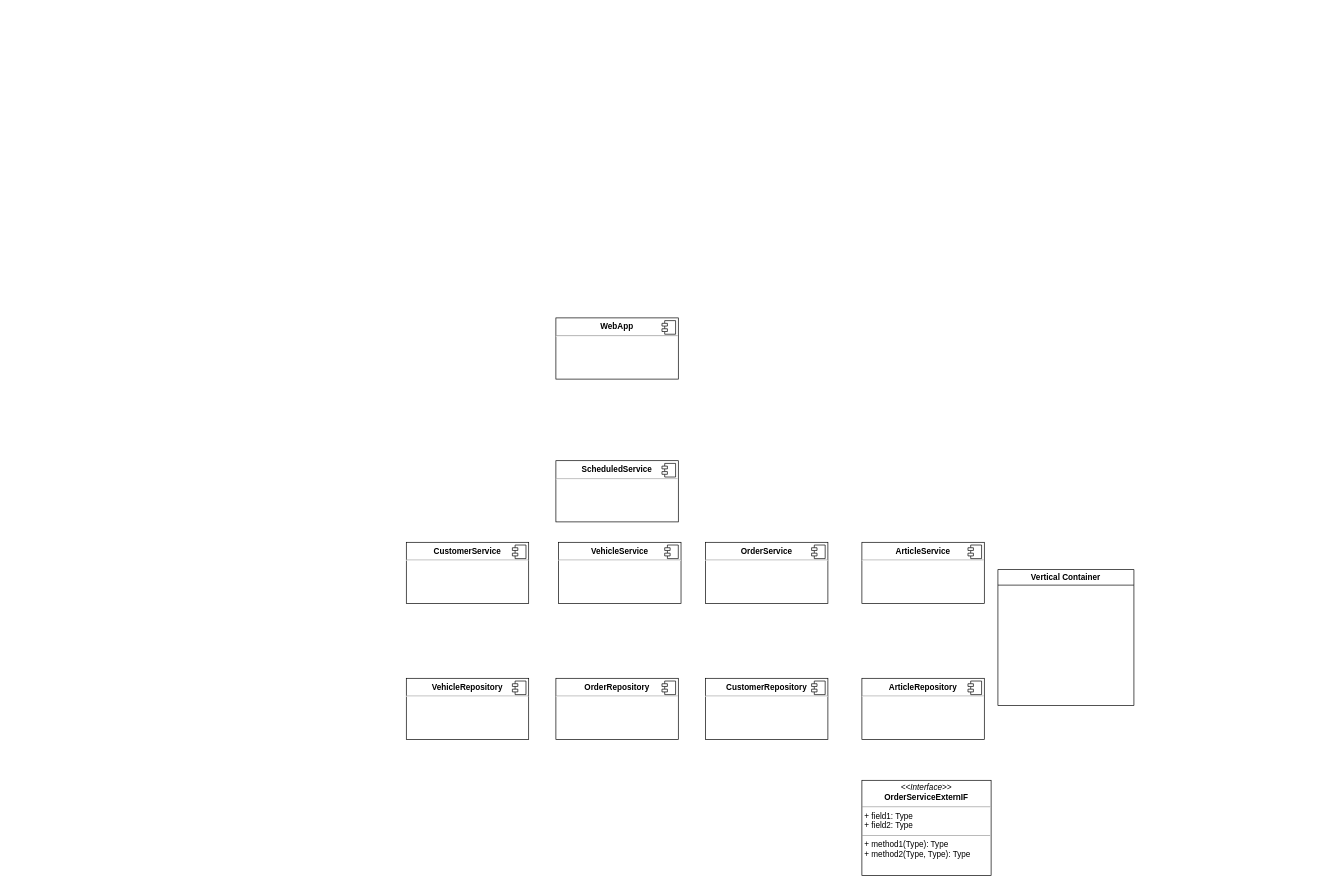
Earlier version of the draw.io diagram componentDiagram.drawio (MatthiasEberhardt/Softwareentwicklung). Source tidied: cells renumbered, new cells numbered last; positions are measured from the earlier drawing's top-left corner, leaving out a move shared by most shapes. Both pictures are drawn from the tidied source at 68%, with x=0, y=0 at pixel (406, 318).
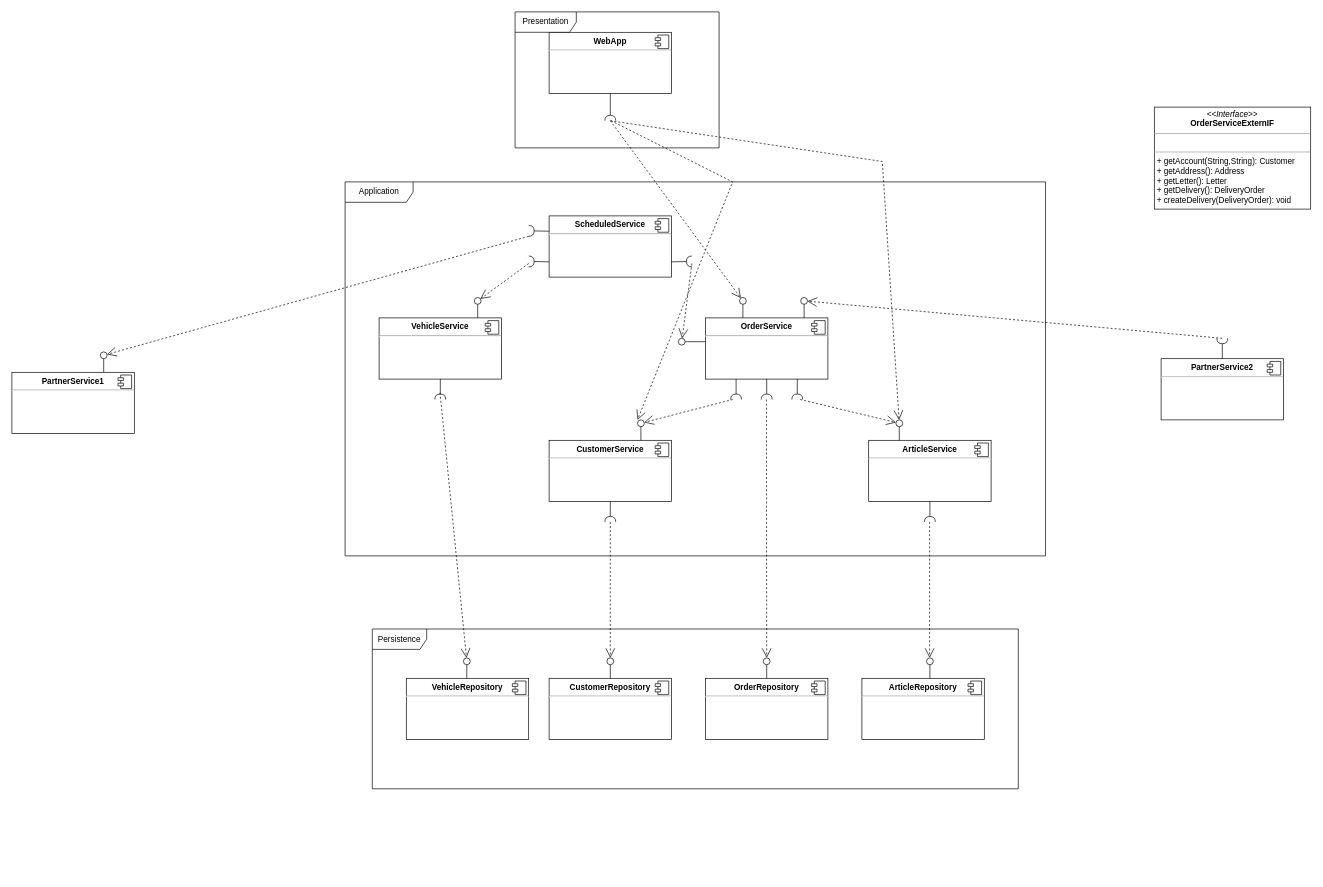
After the change.

The edit, as a diff of the source:
```diff
@@
     <mxCell id="2" value="&lt;p style=&quot;margin: 0px ; margin-top: 6px ; text-align: center&quot;&gt;&lt;b&gt;OrderService&lt;/b&gt;&lt;/p&gt;&lt;hr&gt;&lt;p style=&quot;margin: 0px ; margin-left: 8px&quot;&gt;&lt;br&gt;&lt;/p&gt;" style="align=left;overflow=fill;html=1;" parent="1" vertex="1">
-      <mxGeometry x="440" y="330" width="180" height="90" as="geometry" />
+      <mxGeometry x="440" width="180" height="90" as="geometry" />
     </mxCell>
@@
     <mxCell id="4" value="&lt;p style=&quot;margin: 0px ; margin-top: 6px ; text-align: center&quot;&gt;&lt;b&gt;WebApp&lt;/b&gt;&lt;/p&gt;&lt;hr&gt;&lt;p style=&quot;margin: 0px ; margin-left: 8px&quot;&gt;&lt;br&gt;&lt;/p&gt;" style="align=left;overflow=fill;html=1;" parent="1" vertex="1">
-      <mxGeometry x="220" width="180" height="90" as="geometry" />
+      <mxGeometry x="210" y="-420" width="180" height="90" as="geometry" />
     </mxCell>
@@
     <mxCell id="6" value="&lt;p style=&quot;margin: 0px ; margin-top: 6px ; text-align: center&quot;&gt;&lt;b&gt;OrderRepository&lt;/b&gt;&lt;/p&gt;&lt;hr&gt;&lt;p style=&quot;margin: 0px ; margin-left: 8px&quot;&gt;&lt;br&gt;&lt;/p&gt;" style="align=left;overflow=fill;html=1;" parent="1" vertex="1">
-      <mxGeometry x="220" y="530" width="180" height="90" as="geometry" />
+      <mxGeometry x="440" y="530" width="180" height="90" as="geometry" />
     </mxCell>
@@
     <mxCell id="8" value="&lt;p style=&quot;margin: 0px ; margin-top: 6px ; text-align: center&quot;&gt;&lt;b&gt;CustomerService&lt;/b&gt;&lt;/p&gt;&lt;hr&gt;&lt;p style=&quot;margin: 0px ; margin-left: 8px&quot;&gt;&lt;br&gt;&lt;/p&gt;" style="align=left;overflow=fill;html=1;" parent="1" vertex="1">
-      <mxGeometry y="330" width="180" height="90" as="geometry" />
+      <mxGeometry x="210" y="180" width="180" height="90" as="geometry" />
     </mxCell>
@@
     <mxCell id="10" value="&lt;p style=&quot;margin: 0px ; margin-top: 6px ; text-align: center&quot;&gt;&lt;b&gt;ScheduledService&lt;/b&gt;&lt;/p&gt;&lt;hr&gt;&lt;p style=&quot;margin: 0px ; margin-left: 8px&quot;&gt;&lt;br&gt;&lt;/p&gt;" style="align=left;overflow=fill;html=1;" parent="1" vertex="1">
-      <mxGeometry x="220" y="210" width="180" height="90" as="geometry" />
+      <mxGeometry x="210" y="-150" width="180" height="90" as="geometry" />
     </mxCell>
@@
     <mxCell id="12" value="&lt;p style=&quot;margin: 0px ; margin-top: 6px ; text-align: center&quot;&gt;&lt;b&gt;VehicleService&lt;/b&gt;&lt;/p&gt;&lt;hr&gt;&lt;p style=&quot;margin: 0px ; margin-left: 8px&quot;&gt;&lt;br&gt;&lt;/p&gt;" style="align=left;overflow=fill;html=1;" parent="1" vertex="1">
-      <mxGeometry x="224" y="330" width="180" height="90" as="geometry" />
+      <mxGeometry x="-40" width="180" height="90" as="geometry" />
     </mxCell>
@@
     <mxCell id="14" value="&lt;p style=&quot;margin: 0px ; margin-top: 6px ; text-align: center&quot;&gt;&lt;b&gt;CustomerRepository&lt;/b&gt;&lt;/p&gt;&lt;hr&gt;&lt;p style=&quot;margin: 0px ; margin-left: 8px&quot;&gt;&lt;br&gt;&lt;/p&gt;" style="align=left;overflow=fill;html=1;" parent="1" vertex="1">
-      <mxGeometry x="440" y="530" width="180" height="90" as="geometry" />
+      <mxGeometry x="210" y="530" width="180" height="90" as="geometry" />
     </mxCell>
@@
     <mxCell id="20" value="&lt;p style=&quot;margin: 0px ; margin-top: 6px ; text-align: center&quot;&gt;&lt;b&gt;ArticleService&lt;/b&gt;&lt;/p&gt;&lt;hr&gt;&lt;p style=&quot;margin: 0px ; margin-left: 8px&quot;&gt;&lt;br&gt;&lt;/p&gt;" style="align=left;overflow=fill;html=1;" parent="1" vertex="1">
-      <mxGeometry x="670" y="330" width="180" height="90" as="geometry" />
+      <mxGeometry x="680" y="180" width="180" height="90" as="geometry" />
     </mxCell>
@@
-    <mxCell id="22" value="Vertical Container" style="swimlane;" parent="1" vertex="1">
-      <mxGeometry x="870" y="370" width="200" height="200" as="geometry" />
-    </mxCell>
-    <mxCell id="23" value="&lt;p style=&quot;margin: 0px ; margin-top: 4px ; text-align: center&quot;&gt;&lt;i&gt;&amp;lt;&amp;lt;Interface&amp;gt;&amp;gt;&lt;/i&gt;&lt;br&gt;&lt;b&gt;OrderServiceExternIF&lt;/b&gt;&lt;/p&gt;&lt;hr size=&quot;1&quot;&gt;&lt;p style=&quot;margin: 0px ; margin-left: 4px&quot;&gt;+ field1: Type&lt;br&gt;+ field2: Type&lt;/p&gt;&lt;hr size=&quot;1&quot;&gt;&lt;p style=&quot;margin: 0px ; margin-left: 4px&quot;&gt;+ method1(Type): Type&lt;br&gt;+ method2(Type, Type): Type&lt;/p&gt;" style="verticalAlign=top;align=left;overflow=fill;fontSize=12;fontFamily=Helvetica;html=1;" parent="1" vertex="1">
-      <mxGeometry x="670" y="680" width="190" height="140" as="geometry" />
+    <mxCell id="23" value="&lt;p style=&quot;margin: 0px ; margin-top: 4px ; text-align: center&quot;&gt;&lt;i&gt;&amp;lt;&amp;lt;Interface&amp;gt;&amp;gt;&lt;/i&gt;&lt;br&gt;&lt;b&gt;OrderServiceExternIF&lt;/b&gt;&lt;/p&gt;&lt;hr size=&quot;1&quot;&gt;&lt;p style=&quot;margin: 0px ; margin-left: 4px&quot;&gt;&lt;br&gt;&lt;/p&gt;&lt;hr size=&quot;1&quot;&gt;&lt;p style=&quot;margin: 0px ; margin-left: 4px&quot;&gt;+ getAccount(String,String): Customer&lt;br&gt;+ getAddress(): Address&lt;/p&gt;&lt;p style=&quot;margin: 0px ; margin-left: 4px&quot;&gt;+ getLetter(): Letter&lt;/p&gt;&lt;p style=&quot;margin: 0px ; margin-left: 4px&quot;&gt;+ getDelivery(): DeliveryOrder&lt;/p&gt;&lt;p style=&quot;margin: 0px ; margin-left: 4px&quot;&gt;+ createDelivery(DeliveryOrder): void&lt;/p&gt;" style="verticalAlign=top;align=left;overflow=fill;fontSize=12;fontFamily=Helvetica;html=1;" parent="1" vertex="1">
+      <mxGeometry x="1100" y="-310" width="230" height="150" as="geometry" />
     </mxCell>
+    <mxCell id="24" value="Presentation" style="shape=umlFrame;whiteSpace=wrap;html=1;width=90;height=30;" parent="1" vertex="1">
+      <mxGeometry x="160" y="-450" width="300" height="200" as="geometry" />
+    </mxCell>
+    <mxCell id="25" value="Application" style="shape=umlFrame;whiteSpace=wrap;html=1;width=100;height=30;" parent="1" vertex="1">
+      <mxGeometry x="-90" y="-200" width="1030" height="550" as="geometry" />
+    </mxCell>
+    <mxCell id="26" value="Persistence" style="shape=umlFrame;whiteSpace=wrap;html=1;width=80;height=30;" parent="1" vertex="1">
+      <mxGeometry x="-50" y="457.5" width="950" height="235" as="geometry" />
+    </mxCell>
+    <mxCell id="27" style="rounded=0;orthogonalLoop=1;jettySize=auto;html=1;endArrow=none;endFill=0;sketch=0;sourcePerimeterSpacing=0;targetPerimeterSpacing=0;" parent="1" edge="1">
+      <mxGeometry relative="1" as="geometry">
+        <mxPoint x="495" as="sourcePoint" />
+        <mxPoint x="495" y="-25" as="targetPoint" />
+      </mxGeometry>
+    </mxCell>
+    <mxCell id="28" style="rounded=0;jettySize=auto;html=1;endArrow=halfCircle;endFill=0;endSize=6;strokeWidth=1;sketch=0;exitX=0;exitY=0.25;exitDx=0;exitDy=0;" parent="1" edge="1" source="10">
+      <mxGeometry relative="1" as="geometry">
+        <mxPoint x="180" y="-128" as="targetPoint" />
+      </mxGeometry>
+    </mxCell>
+    <mxCell id="29" style="ellipse;whiteSpace=wrap;html=1;align=center;points=[];outlineConnect=0;sketch=0;" parent="1" vertex="1">
+      <mxGeometry x="490" y="-30" width="10" height="10" as="geometry" />
+    </mxCell>
+    <mxCell id="30" style="rounded=0;jettySize=auto;html=1;endArrow=halfCircle;endFill=0;endSize=6;strokeWidth=1;sketch=0;exitX=0;exitY=0.75;exitDx=0;exitDy=0;" parent="1" edge="1" source="10">
+      <mxGeometry relative="1" as="geometry">
+        <mxPoint x="180" y="-83" as="targetPoint" />
+      </mxGeometry>
+    </mxCell>
+    <mxCell id="31" style="rounded=0;jettySize=auto;html=1;endArrow=halfCircle;endFill=0;endSize=6;strokeWidth=1;sketch=0;exitX=1;exitY=0.75;exitDx=0;exitDy=0;" parent="1" edge="1" source="10">
+      <mxGeometry relative="1" as="geometry">
+        <mxPoint x="420" y="-83" as="targetPoint" />
+      </mxGeometry>
+    </mxCell>
+    <mxCell id="32" style="rounded=0;jettySize=auto;html=1;endArrow=halfCircle;endFill=0;endSize=6;strokeWidth=1;sketch=0;exitX=0.5;exitY=1;exitDx=0;exitDy=0;" parent="1" edge="1" source="4">
+      <mxGeometry relative="1" as="geometry">
+        <mxPoint x="300" y="-290" as="targetPoint" />
+      </mxGeometry>
+    </mxCell>
+    <mxCell id="33" style="rounded=0;orthogonalLoop=1;jettySize=auto;html=1;endArrow=none;endFill=0;sketch=0;sourcePerimeterSpacing=0;targetPerimeterSpacing=0;" parent="1" edge="1">
+      <mxGeometry relative="1" as="geometry">
+        <mxPoint x="-445" y="80" as="sourcePoint" />
+        <mxPoint x="-445" y="55" as="targetPoint" />
+      </mxGeometry>
+    </mxCell>
+    <mxCell id="34" style="ellipse;whiteSpace=wrap;html=1;align=center;points=[];outlineConnect=0;sketch=0;" parent="1" vertex="1">
+      <mxGeometry x="-450" y="50" width="10" height="10" as="geometry" />
+    </mxCell>
+    <mxCell id="35" style="rounded=0;orthogonalLoop=1;jettySize=auto;html=1;endArrow=none;endFill=0;sketch=0;sourcePerimeterSpacing=0;targetPerimeterSpacing=0;" parent="1" edge="1">
+      <mxGeometry relative="1" as="geometry">
+        <mxPoint x="105" as="sourcePoint" />
+        <mxPoint x="105" y="-25" as="targetPoint" />
+      </mxGeometry>
+    </mxCell>
+    <mxCell id="36" style="ellipse;whiteSpace=wrap;html=1;align=center;points=[];outlineConnect=0;sketch=0;" parent="1" vertex="1">
+      <mxGeometry x="100" y="-30" width="10" height="10" as="geometry" />
+    </mxCell>
+    <mxCell id="37" style="rounded=0;orthogonalLoop=1;jettySize=auto;html=1;endArrow=none;endFill=0;sketch=0;sourcePerimeterSpacing=0;targetPerimeterSpacing=0;" parent="1" edge="1">
+      <mxGeometry relative="1" as="geometry">
+        <mxPoint x="585" as="sourcePoint" />
+        <mxPoint x="585" y="-25" as="targetPoint" />
+      </mxGeometry>
+    </mxCell>
+    <mxCell id="38" style="ellipse;whiteSpace=wrap;html=1;align=center;points=[];outlineConnect=0;sketch=0;" parent="1" vertex="1">
+      <mxGeometry x="580" y="-30" width="10" height="10" as="geometry" />
+    </mxCell>
+    <mxCell id="39" style="rounded=0;orthogonalLoop=1;jettySize=auto;html=1;endArrow=none;endFill=0;sketch=0;sourcePerimeterSpacing=0;targetPerimeterSpacing=0;" parent="1" edge="1">
+      <mxGeometry relative="1" as="geometry">
+        <mxPoint x="345" y="180" as="sourcePoint" />
+        <mxPoint x="345" y="155" as="targetPoint" />
+      </mxGeometry>
+    </mxCell>
+    <mxCell id="40" style="ellipse;whiteSpace=wrap;html=1;align=center;points=[];outlineConnect=0;sketch=0;" parent="1" vertex="1">
+      <mxGeometry x="340" y="150" width="10" height="10" as="geometry" />
+    </mxCell>
+    <mxCell id="41" style="rounded=0;orthogonalLoop=1;jettySize=auto;html=1;endArrow=none;endFill=0;sketch=0;sourcePerimeterSpacing=0;targetPerimeterSpacing=0;" parent="1" edge="1">
+      <mxGeometry relative="1" as="geometry">
+        <mxPoint x="725" y="180" as="sourcePoint" />
+        <mxPoint x="725" y="155" as="targetPoint" />
+      </mxGeometry>
+    </mxCell>
+    <mxCell id="42" style="ellipse;whiteSpace=wrap;html=1;align=center;points=[];outlineConnect=0;sketch=0;" parent="1" vertex="1">
+      <mxGeometry x="720" y="150" width="10" height="10" as="geometry" />
+    </mxCell>
+    <mxCell id="43" style="rounded=0;jettySize=auto;html=1;endArrow=halfCircle;endFill=0;endSize=6;strokeWidth=1;sketch=0;exitX=0.25;exitY=1;exitDx=0;exitDy=0;" parent="1" edge="1" source="2">
+      <mxGeometry relative="1" as="geometry">
+        <mxPoint x="485" y="120" as="targetPoint" />
+      </mxGeometry>
+    </mxCell>
+    <mxCell id="44" style="rounded=0;jettySize=auto;html=1;endArrow=halfCircle;endFill=0;endSize=6;strokeWidth=1;sketch=0;exitX=0.75;exitY=1;exitDx=0;exitDy=0;" parent="1" edge="1" source="2">
+      <mxGeometry relative="1" as="geometry">
+        <mxPoint x="575" y="120" as="targetPoint" />
+      </mxGeometry>
+    </mxCell>
+    <mxCell id="45" style="rounded=0;jettySize=auto;html=1;endArrow=halfCircle;endFill=0;endSize=6;strokeWidth=1;sketch=0;exitX=0.5;exitY=1;exitDx=0;exitDy=0;" parent="1" edge="1" source="2">
+      <mxGeometry relative="1" as="geometry">
+        <mxPoint x="530" y="120" as="targetPoint" />
+      </mxGeometry>
+    </mxCell>
+    <mxCell id="46" style="rounded=0;jettySize=auto;html=1;endArrow=halfCircle;endFill=0;endSize=6;strokeWidth=1;sketch=0;exitX=0.5;exitY=1;exitDx=0;exitDy=0;" parent="1" edge="1" source="12">
+      <mxGeometry relative="1" as="geometry">
+        <mxPoint x="50" y="120" as="targetPoint" />
+      </mxGeometry>
+    </mxCell>
+    <mxCell id="47" style="rounded=0;jettySize=auto;html=1;endArrow=halfCircle;endFill=0;endSize=6;strokeWidth=1;sketch=0;exitX=0.5;exitY=1;exitDx=0;exitDy=0;" parent="1" edge="1" source="20">
+      <mxGeometry relative="1" as="geometry">
+        <mxPoint x="770" y="300" as="targetPoint" />
+      </mxGeometry>
+    </mxCell>
+    <mxCell id="48" style="rounded=0;jettySize=auto;html=1;endArrow=halfCircle;endFill=0;endSize=6;strokeWidth=1;sketch=0;exitX=0.5;exitY=1;exitDx=0;exitDy=0;" parent="1" edge="1" source="8">
+      <mxGeometry relative="1" as="geometry">
+        <mxPoint x="300" y="300" as="targetPoint" />
+      </mxGeometry>
+    </mxCell>
+    <mxCell id="49" style="rounded=0;orthogonalLoop=1;jettySize=auto;html=1;endArrow=none;endFill=0;sketch=0;sourcePerimeterSpacing=0;targetPerimeterSpacing=0;" parent="1" edge="1">
+      <mxGeometry relative="1" as="geometry">
+        <mxPoint x="770" y="530" as="sourcePoint" />
+        <mxPoint x="770" y="505" as="targetPoint" />
+      </mxGeometry>
+    </mxCell>
+    <mxCell id="50" style="ellipse;whiteSpace=wrap;html=1;align=center;sketch=0;" parent="1" vertex="1">
+      <mxGeometry x="765" y="500" width="10" height="10" as="geometry" />
+    </mxCell>
+    <mxCell id="51" style="rounded=0;orthogonalLoop=1;jettySize=auto;html=1;endArrow=none;endFill=0;sketch=0;sourcePerimeterSpacing=0;targetPerimeterSpacing=0;" parent="1" edge="1">
+      <mxGeometry relative="1" as="geometry">
+        <mxPoint x="530" y="530" as="sourcePoint" />
+        <mxPoint x="530" y="505" as="targetPoint" />
+      </mxGeometry>
+    </mxCell>
+    <mxCell id="52" style="ellipse;whiteSpace=wrap;html=1;align=center;points=[];outlineConnect=0;sketch=0;" parent="1" vertex="1">
+      <mxGeometry x="525" y="500" width="10" height="10" as="geometry" />
+    </mxCell>
+    <mxCell id="53" style="rounded=0;orthogonalLoop=1;jettySize=auto;html=1;endArrow=none;endFill=0;sketch=0;sourcePerimeterSpacing=0;targetPerimeterSpacing=0;" parent="1" edge="1">
+      <mxGeometry relative="1" as="geometry">
+        <mxPoint x="89" y="530" as="sourcePoint" />
+        <mxPoint x="89" y="505" as="targetPoint" />
+      </mxGeometry>
+    </mxCell>
+    <mxCell id="54" style="ellipse;whiteSpace=wrap;html=1;align=center;points=[];outlineConnect=0;sketch=0;" parent="1" vertex="1">
+      <mxGeometry x="84" y="500" width="10" height="10" as="geometry" />
+    </mxCell>
+    <mxCell id="55" style="rounded=0;orthogonalLoop=1;jettySize=auto;html=1;endArrow=none;endFill=0;sketch=0;sourcePerimeterSpacing=0;targetPerimeterSpacing=0;" parent="1" edge="1">
+      <mxGeometry relative="1" as="geometry">
+        <mxPoint x="300" y="530" as="sourcePoint" />
+        <mxPoint x="300" y="505" as="targetPoint" />
+      </mxGeometry>
+    </mxCell>
+    <mxCell id="56" style="ellipse;whiteSpace=wrap;html=1;align=center;points=[];outlineConnect=0;sketch=0;" parent="1" vertex="1">
+      <mxGeometry x="295" y="500" width="10" height="10" as="geometry" />
+    </mxCell>
+    <mxCell id="57" style="endArrow=open;endSize=12;dashed=1;html=1;rounded=0;" parent="1" edge="1" target="56">
+      <mxGeometry relative="1" as="geometry">
+        <mxPoint x="300" y="300" as="sourcePoint" />
+      </mxGeometry>
+    </mxCell>
+    <mxCell id="58" style="endArrow=open;endSize=12;dashed=1;html=1;rounded=0;" parent="1" edge="1" target="54">
+      <mxGeometry relative="1" as="geometry">
+        <mxPoint x="49.6" y="110" as="sourcePoint" />
+      </mxGeometry>
+    </mxCell>
+    <mxCell id="59" style="endArrow=open;endSize=12;dashed=1;html=1;rounded=0;" parent="1" edge="1" target="52">
+      <mxGeometry relative="1" as="geometry">
+        <mxPoint x="529.6" y="120" as="sourcePoint" />
+      </mxGeometry>
+    </mxCell>
+    <mxCell id="60" style="endArrow=open;endSize=12;dashed=1;html=1;rounded=0;" parent="1" edge="1">
+      <mxGeometry relative="1" as="geometry">
+        <mxPoint x="769.6" y="300" as="sourcePoint" />
+        <mxPoint x="769.6" y="500" as="targetPoint" />
+      </mxGeometry>
+    </mxCell>
+    <mxCell id="61" style="endArrow=open;endSize=12;dashed=1;html=1;rounded=0;" parent="1" edge="1" target="42">
+      <mxGeometry relative="1" as="geometry">
+        <mxPoint x="579.2" y="120" as="sourcePoint" />
+      </mxGeometry>
+    </mxCell>
+    <mxCell id="62" style="endArrow=open;endSize=12;dashed=1;html=1;rounded=0;" parent="1" edge="1" target="40">
+      <mxGeometry relative="1" as="geometry">
+        <mxPoint x="480" y="120" as="sourcePoint" />
+      </mxGeometry>
+    </mxCell>
+    <mxCell id="63" style="endArrow=open;endSize=12;dashed=1;html=1;rounded=0;" parent="1" edge="1" target="65">
+      <mxGeometry relative="1" as="geometry">
+        <mxPoint x="420" y="-80" as="sourcePoint" />
+      </mxGeometry>
+    </mxCell>
+    <mxCell id="64" style="rounded=0;jettySize=auto;html=1;endArrow=none;endFill=0;sketch=0;sourcePerimeterSpacing=0;targetPerimeterSpacing=0;exitX=0;exitY=0.389;exitDx=0;exitDy=0;exitPerimeter=0;" parent="1" edge="1" source="2" target="65">
+      <mxGeometry relative="1" as="geometry" />
+    </mxCell>
+    <mxCell id="65" style="ellipse;whiteSpace=wrap;html=1;align=center;points=[];outlineConnect=0;sketch=0;" parent="1" vertex="1">
+      <mxGeometry x="400" y="30" width="10" height="10" as="geometry" />
+    </mxCell>
+    <mxCell id="66" style="endArrow=open;endSize=12;dashed=1;html=1;rounded=0;" parent="1" edge="1" target="36">
+      <mxGeometry relative="1" as="geometry">
+        <mxPoint x="180" y="-80" as="sourcePoint" />
+      </mxGeometry>
+    </mxCell>
+    <mxCell id="67" value="&lt;p style=&quot;margin: 0px ; margin-top: 6px ; text-align: center&quot;&gt;&lt;b&gt;PartnerService1&lt;/b&gt;&lt;/p&gt;&lt;hr&gt;&lt;p style=&quot;margin: 0px ; margin-left: 8px&quot;&gt;&lt;br&gt;&lt;/p&gt;" style="align=left;overflow=fill;html=1;" parent="1" vertex="1">
+      <mxGeometry x="-580" y="80" width="180" height="90" as="geometry" />
+    </mxCell>
+    <mxCell id="68" style="shape=component;jettyWidth=8;jettyHeight=4;" parent="67" vertex="1">
+      <mxGeometry x="1" width="20" height="20" relative="1" as="geometry">
+        <mxPoint x="-24" y="4" as="offset" />
+      </mxGeometry>
+    </mxCell>
+    <mxCell id="69" value="&lt;p style=&quot;margin: 0px ; margin-top: 6px ; text-align: center&quot;&gt;&lt;b&gt;PartnerService2&lt;/b&gt;&lt;/p&gt;&lt;hr&gt;&lt;p style=&quot;margin: 0px ; margin-left: 8px&quot;&gt;&lt;br&gt;&lt;/p&gt;" style="align=left;overflow=fill;html=1;" parent="1" vertex="1">
+      <mxGeometry x="1110" y="60" width="180" height="90" as="geometry" />
+    </mxCell>
+    <mxCell id="70" style="shape=component;jettyWidth=8;jettyHeight=4;" parent="69" vertex="1">
+      <mxGeometry x="1" width="20" height="20" relative="1" as="geometry">
+        <mxPoint x="-24" y="4" as="offset" />
+      </mxGeometry>
+    </mxCell>
+    <mxCell id="71" style="rounded=0;jettySize=auto;html=1;endArrow=halfCircle;endFill=0;endSize=6;strokeWidth=1;sketch=0;exitX=0.5;exitY=0;exitDx=0;exitDy=0;" parent="1" edge="1" source="69">
+      <mxGeometry relative="1" as="geometry">
+        <mxPoint x="1200" y="30" as="targetPoint" />
+      </mxGeometry>
+    </mxCell>
+    <mxCell id="72" style="endArrow=open;endSize=12;dashed=1;html=1;rounded=0;" parent="1" edge="1" target="34">
+      <mxGeometry relative="1" as="geometry">
+        <mxPoint x="180" y="-120" as="sourcePoint" />
+      </mxGeometry>
+    </mxCell>
+    <mxCell id="73" style="endArrow=open;endSize=12;dashed=1;html=1;rounded=0;" parent="1" edge="1" target="38">
+      <mxGeometry relative="1" as="geometry">
+        <mxPoint x="1200" y="30" as="sourcePoint" />
+      </mxGeometry>
+    </mxCell>
+    <mxCell id="74" style="endArrow=open;endSize=12;dashed=1;html=1;rounded=0;" parent="1" edge="1" target="29">
+      <mxGeometry relative="1" as="geometry">
+        <mxPoint x="300" y="-290" as="sourcePoint" />
+      </mxGeometry>
+    </mxCell>
+    <mxCell id="75" style="endArrow=open;endSize=12;dashed=1;html=1;rounded=0;" parent="1" edge="1" target="42">
+      <mxGeometry relative="1" as="geometry">
+        <mxPoint x="300" y="-290" as="sourcePoint" />
+        <Array as="points">
+          <mxPoint x="700" y="-230" />
+        </Array>
+      </mxGeometry>
+    </mxCell>
+    <mxCell id="76" style="endArrow=open;endSize=12;dashed=1;html=1;rounded=0;entryX=0;entryY=0;entryDx=0;entryDy=0;entryPerimeter=0;" parent="1" edge="1" target="40">
+      <mxGeometry relative="1" as="geometry">
+        <mxPoint x="301" y="-290" as="sourcePoint" />
+        <Array as="points">
+          <mxPoint x="480" y="-200" />
+        </Array>
+      </mxGeometry>
+    </mxCell>
```
